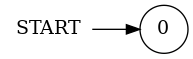
This is examples/epsilon.dot.png from Double-oxygeN/RegExp2DFA, a Graphviz export, as it was before one commit. Its source is kept beside it as examples/epsilon.dot.
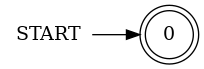
Above is the later version.

What changed in the source:
```diff
@@ -1,6 +1,8 @@
 digraph {
   graph [rankdir=LR];
+
   START [shape=plaintext];
+
   START -> q_0;
-  q_0 [shape=circle, label="0"];
+  q_0 [shape=doublecircle, label="0"];
 }
```
